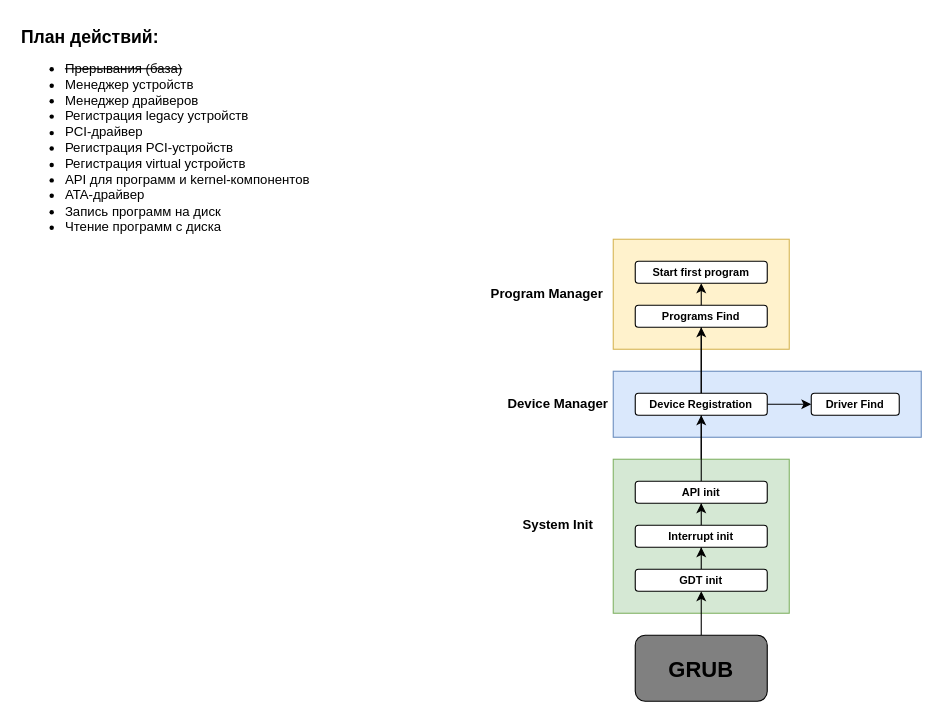
Before: page "Page-1" (1 of 2) of docs/arch.drawio in igmunv/ponos, a draw.io diagram. Source tidied: cells renumbered, new cells numbered last; positions are measured from the earlier drawing's top-left corner, leaving out a move shared by most shapes. Both pictures are drawn from the tidied source at 110%, with x=0, y=0 at pixel (19, 19).
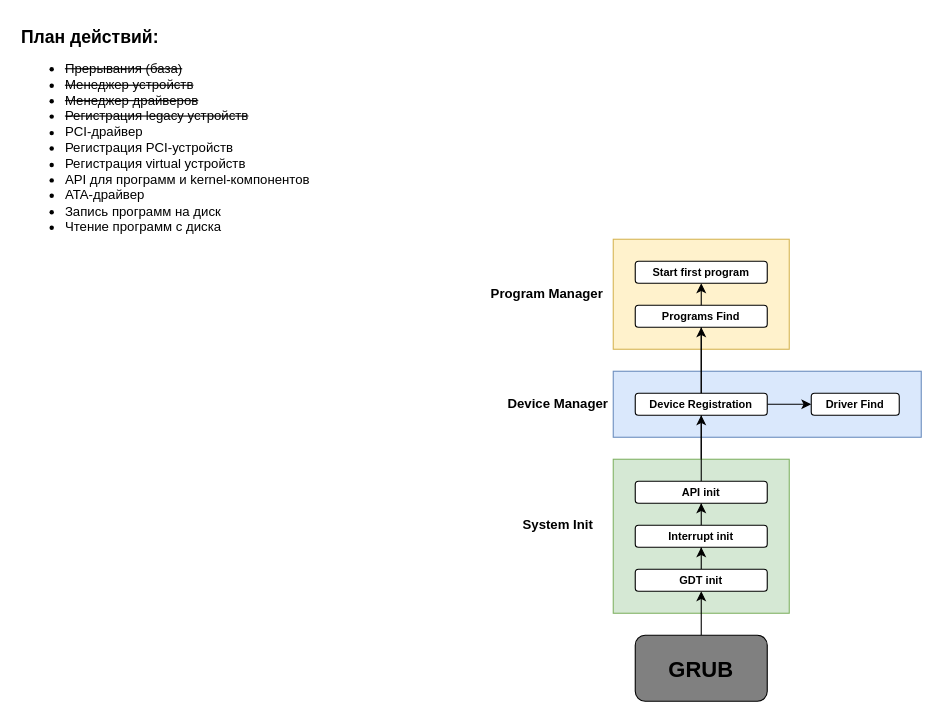
After the change.

The edit, as a diff of the source:
```diff
@@
-    <mxCell id="6" value="&lt;b&gt;&lt;font style=&quot;font-size: 16px;&quot;&gt;План действий:&lt;/font&gt;&lt;/b&gt;&lt;div&gt;&lt;ul&gt;&lt;li&gt;&lt;strike&gt;Прерывания (база)&lt;/strike&gt;&lt;/li&gt;&lt;li&gt;Менеджер устройств&lt;/li&gt;&lt;li&gt;Менеджер драйверов&lt;/li&gt;&lt;li&gt;Регистрация legacy устройств&lt;/li&gt;&lt;li&gt;PCI-драйвер&lt;/li&gt;&lt;li&gt;Регистрация PCI-устройств&lt;/li&gt;&lt;li&gt;Регистрация virtual устройств&lt;/li&gt;&lt;li&gt;API для программ и kernel-компонентов&lt;/li&gt;&lt;li&gt;ATA-драйвер&lt;/li&gt;&lt;li&gt;Запись программ на диск&lt;/li&gt;&lt;li&gt;Чтение программ с диска&lt;/li&gt;&lt;/ul&gt;&lt;/div&gt;" style="text;html=1;whiteSpace=wrap;strokeColor=none;fillColor=none;align=left;verticalAlign=top;rounded=0;" parent="1" vertex="1">
+    <mxCell id="6" value="&lt;b&gt;&lt;font style=&quot;font-size: 16px;&quot;&gt;План действий:&lt;/font&gt;&lt;/b&gt;&lt;div&gt;&lt;ul&gt;&lt;li&gt;&lt;strike&gt;Прерывания (база)&lt;/strike&gt;&lt;/li&gt;&lt;li&gt;&lt;strike&gt;Менеджер устройств&lt;/strike&gt;&lt;/li&gt;&lt;li&gt;&lt;strike&gt;Менеджер драйверов&lt;/strike&gt;&lt;/li&gt;&lt;li&gt;&lt;strike&gt;Регистрация legacy устройств&lt;/strike&gt;&lt;/li&gt;&lt;li&gt;PCI-драйвер&lt;/li&gt;&lt;li&gt;Регистрация PCI-устройств&lt;/li&gt;&lt;li&gt;Регистрация virtual устройств&lt;/li&gt;&lt;li&gt;API для программ и kernel-компонентов&lt;/li&gt;&lt;li&gt;ATA-драйвер&lt;/li&gt;&lt;li&gt;Запись программ на диск&lt;/li&gt;&lt;li&gt;Чтение программ с диска&lt;/li&gt;&lt;/ul&gt;&lt;/div&gt;" style="text;html=1;whiteSpace=wrap;strokeColor=none;fillColor=none;align=left;verticalAlign=top;rounded=0;" parent="1" vertex="1">
       <mxGeometry width="290" height="220" as="geometry" />
     </mxCell>
```
